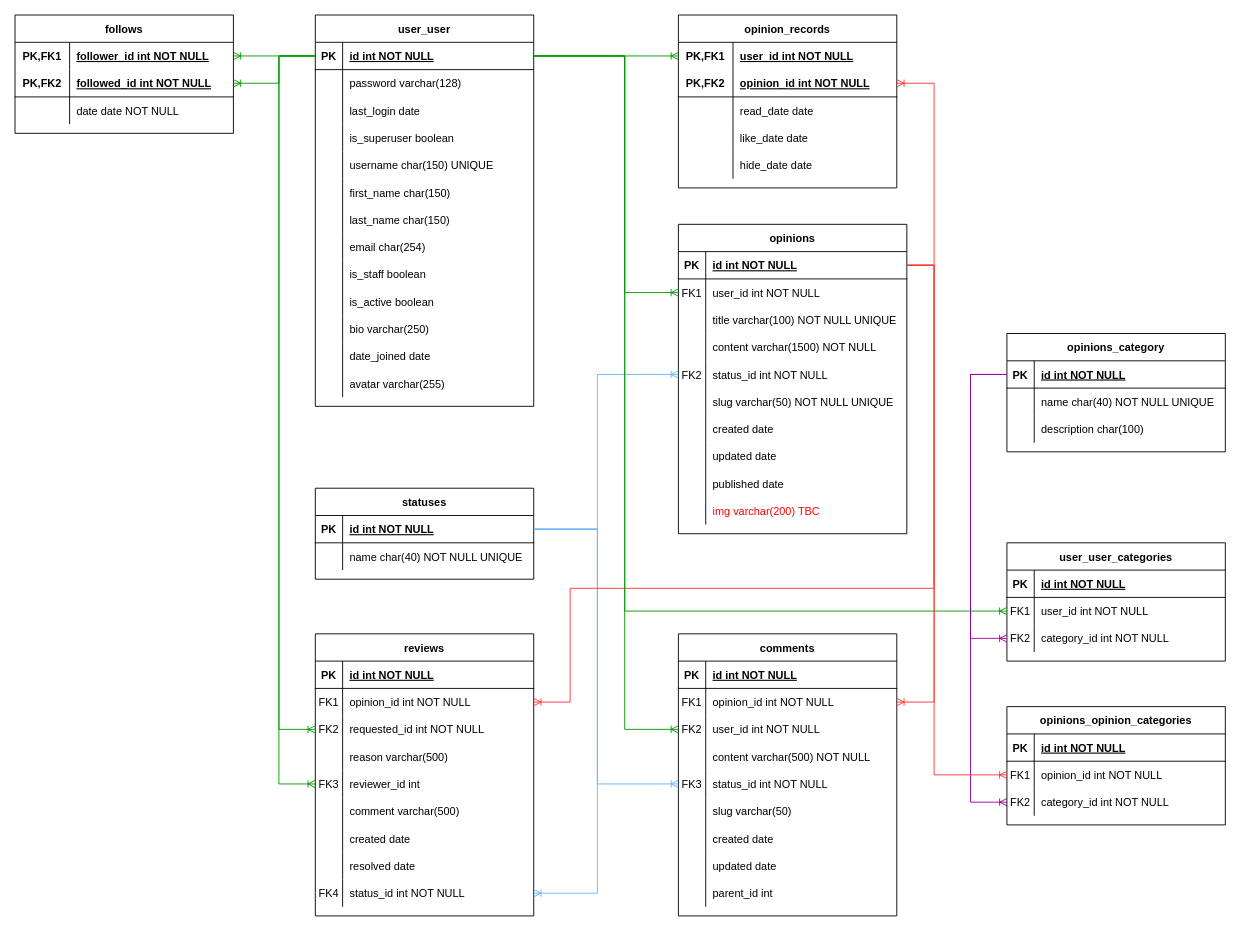
This is page "database-schema" (1 of 14) of doc/design/soapbox.drawio from ibuttimer/soapbox, a draw.io file, before an edit. Source tidied: cells renumbered, new cells numbered last; positions are measured from the earlier drawing's top-left corner, leaving out a move shared by most shapes. Both pictures are drawn from the tidied source at 91%, with x=0, y=0 at pixel (15, 15).
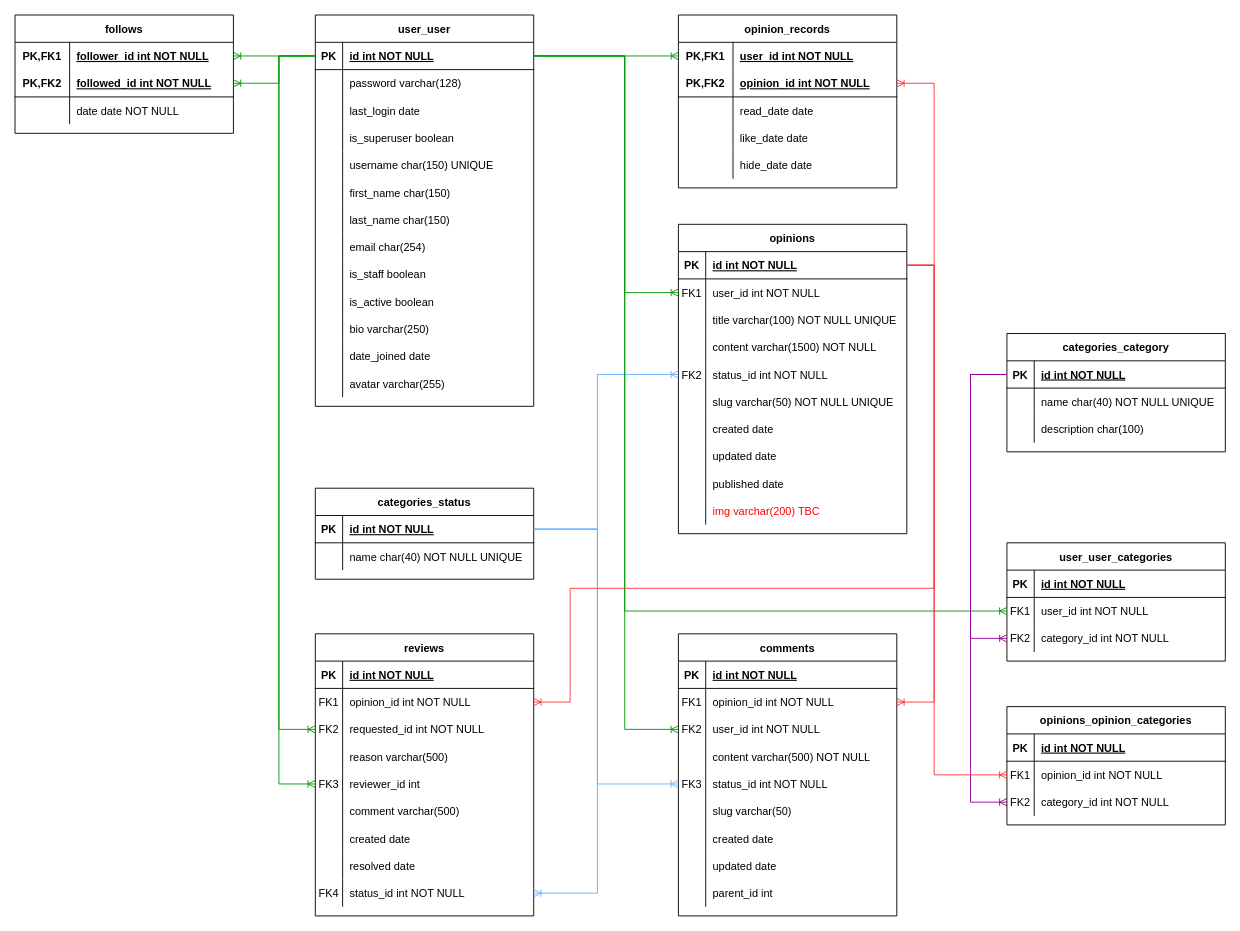
The same page after the edit.

Diff of the diagram source:
```diff
@@
-    <mxCell id="33" value="opinions_category" style="shape=table;startSize=30;childLayout=tableLayout;rowLines=0;fontStyle=1;align=center;" parent="1" vertex="1">
+    <mxCell id="33" value="categories_category" style="shape=table;startSize=30;childLayout=tableLayout;rowLines=0;fontStyle=1;align=center;" parent="1" vertex="1">
       <mxGeometry x="1090" y="350" width="240" height="130" as="geometry" />
     </mxCell>
@@
-    <mxCell id="96" value="statuses" style="shape=table;startSize=30;childLayout=tableLayout;rowLines=0;fontStyle=1;align=center;" parent="1" vertex="1">
+    <mxCell id="96" value="categories_status" style="shape=table;startSize=30;childLayout=tableLayout;rowLines=0;fontStyle=1;align=center;" parent="1" vertex="1">
       <mxGeometry x="330" y="520" width="240" height="100" as="geometry" />
     </mxCell>
```
